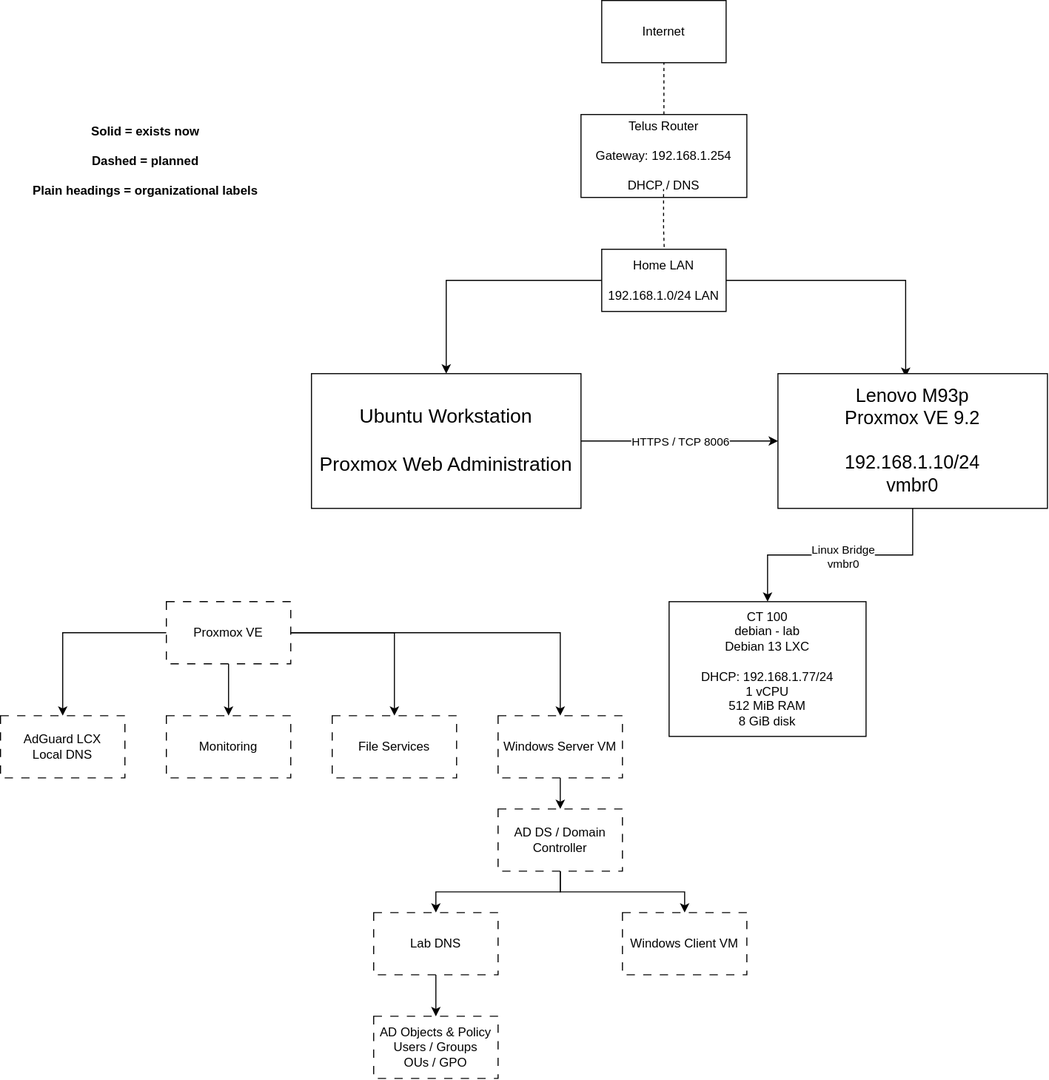
peterdittmann/IT-Portfolio keeps this draw.io diagram as Home-Server-Lab/diagram/homelab-infrastructure.drawio.svg. Above is the earlier version. Source tidied: cells renumbered, new cells last; positions are measured from the earlier drawing's top-left corner, leaving out a move shared by most shapes. The source it was exported from:
```xml
<mxGraphModel>
  <root>
    <mxCell id="0" />
    <mxCell id="1" parent="0" />
    <mxCell id="2" value="Internet" style="rounded=0;whiteSpace=wrap;html=1;" parent="1" vertex="1">
      <mxGeometry x="580" width="120" height="60" as="geometry" />
    </mxCell>
    <mxCell id="3" value="Telus Router&lt;br&gt;&lt;br&gt;Gateway: 192.168.1.254&lt;br&gt;&lt;br&gt;DHCP / DNS" style="rounded=0;whiteSpace=wrap;html=1;" parent="1" vertex="1">
      <mxGeometry x="560" y="110" width="160" height="80" as="geometry" />
    </mxCell>
    <mxCell id="4" style="edgeStyle=orthogonalEdgeStyle;rounded=0;jettySize=auto;html=1;exitX=0;exitY=0.5;exitDx=0;exitDy=0;entryX=0.5;entryY=0;entryDx=0;entryDy=0;" parent="1" edge="1" source="6" target="29">
      <mxGeometry relative="1" as="geometry" />
    </mxCell>
    <mxCell id="5" style="edgeStyle=orthogonalEdgeStyle;rounded=0;jettySize=auto;html=1;exitX=1;exitY=0.5;exitDx=0;exitDy=0;entryX=0.474;entryY=0.024;entryDx=0;entryDy=0;entryPerimeter=0;" parent="1" edge="1" source="6" target="9">
      <mxGeometry relative="1" as="geometry" />
    </mxCell>
    <mxCell id="6" value="Home LAN&lt;br&gt;&lt;br&gt;192.168.1.0/24 LAN" style="rounded=0;whiteSpace=wrap;html=1;" parent="1" vertex="1">
      <mxGeometry x="580" y="240" width="120" height="60" as="geometry" />
    </mxCell>
    <mxCell id="7" style="edgeStyle=orthogonalEdgeStyle;rounded=0;jettySize=auto;html=1;entryX=0.5;entryY=0;entryDx=0;entryDy=0;" parent="1" edge="1" source="9" target="30">
      <mxGeometry relative="1" as="geometry" />
    </mxCell>
    <mxCell id="8" value="Linux Bridge&lt;div&gt;vmbr0&lt;/div&gt;" style="edgeLabel;html=1;align=center;verticalAlign=middle;" parent="7" vertex="1">
      <mxGeometry x="-0.02" y="1" relative="1" as="geometry" />
    </mxCell>
    <mxCell id="9" value="&lt;div&gt;&lt;font style=&quot;font-size: 18px;&quot;&gt;Lenovo M93p&lt;/font&gt;&lt;/div&gt;&lt;div&gt;&lt;font style=&quot;font-size: 18px;&quot;&gt;Proxmox VE 9.2&lt;/font&gt;&lt;/div&gt;&lt;div&gt;&lt;font style=&quot;font-size: 18px;&quot;&gt;&lt;br&gt;&lt;/font&gt;&lt;/div&gt;&lt;div&gt;&lt;font style=&quot;font-size: 18px;&quot;&gt;192.168.1.10/24&lt;/font&gt;&lt;/div&gt;&lt;div&gt;&lt;font style=&quot;font-size: 18px;&quot;&gt;vmbr0&lt;/font&gt;&lt;/div&gt;" style="rounded=0;whiteSpace=wrap;html=1;" parent="1" vertex="1">
      <mxGeometry x="750" y="360" width="260" height="130" as="geometry" />
    </mxCell>
    <mxCell id="10" value="AdGuard LCX&lt;div&gt;Local DNS&lt;/div&gt;" style="rounded=0;whiteSpace=wrap;html=1;dashed=1;dashPattern=8 8;" parent="1" vertex="1">
      <mxGeometry y="690" width="120" height="60" as="geometry" />
    </mxCell>
    <mxCell id="11" value="Monitoring" style="rounded=0;whiteSpace=wrap;html=1;dashed=1;dashPattern=8 8;" parent="1" vertex="1">
      <mxGeometry x="160" y="690" width="120" height="60" as="geometry" />
    </mxCell>
    <mxCell id="12" style="edgeStyle=orthogonalEdgeStyle;rounded=0;jettySize=auto;html=1;entryX=0.5;entryY=0;entryDx=0;entryDy=0;" parent="1" edge="1" source="16" target="11">
      <mxGeometry relative="1" as="geometry" />
    </mxCell>
    <mxCell id="13" style="edgeStyle=orthogonalEdgeStyle;rounded=0;jettySize=auto;html=1;entryX=0.5;entryY=0;entryDx=0;entryDy=0;" parent="1" edge="1" source="16" target="17">
      <mxGeometry relative="1" as="geometry" />
    </mxCell>
    <mxCell id="14" style="edgeStyle=orthogonalEdgeStyle;rounded=0;jettySize=auto;html=1;entryX=0.5;entryY=0;entryDx=0;entryDy=0;" parent="1" edge="1" source="16" target="10">
      <mxGeometry relative="1" as="geometry" />
    </mxCell>
    <mxCell id="15" style="edgeStyle=orthogonalEdgeStyle;rounded=0;jettySize=auto;html=1;" parent="1" edge="1" source="16" target="22">
      <mxGeometry relative="1" as="geometry" />
    </mxCell>
    <mxCell id="16" value="Proxmox VE" style="rounded=0;whiteSpace=wrap;html=1;dashed=1;dashPattern=8 8;" parent="1" vertex="1">
      <mxGeometry x="160" y="580" width="120" height="60" as="geometry" />
    </mxCell>
    <mxCell id="17" value="File Services" style="rounded=0;whiteSpace=wrap;html=1;dashed=1;dashPattern=8 8;" parent="1" vertex="1">
      <mxGeometry x="320" y="690" width="120" height="60" as="geometry" />
    </mxCell>
    <mxCell id="18" style="edgeStyle=orthogonalEdgeStyle;rounded=0;jettySize=auto;html=1;" parent="1" edge="1" source="20" target="32">
      <mxGeometry relative="1" as="geometry" />
    </mxCell>
    <mxCell id="19" style="edgeStyle=orthogonalEdgeStyle;rounded=0;jettySize=auto;html=1;" parent="1" edge="1" source="20" target="24">
      <mxGeometry relative="1" as="geometry" />
    </mxCell>
    <mxCell id="20" value="AD DS / Domain Controller" style="rounded=0;whiteSpace=wrap;html=1;dashed=1;dashPattern=8 8;" parent="1" vertex="1">
      <mxGeometry x="480" y="780" width="120" height="60" as="geometry" />
    </mxCell>
    <mxCell id="21" style="edgeStyle=orthogonalEdgeStyle;rounded=0;jettySize=auto;html=1;entryX=0.5;entryY=0;entryDx=0;entryDy=0;" parent="1" edge="1" source="22" target="20">
      <mxGeometry relative="1" as="geometry" />
    </mxCell>
    <mxCell id="22" value="Windows Server VM" style="rounded=0;whiteSpace=wrap;html=1;dashed=1;dashPattern=8 8;" parent="1" vertex="1">
      <mxGeometry x="480" y="690" width="120" height="60" as="geometry" />
    </mxCell>
    <mxCell id="23" value="&lt;div&gt;AD Objects &amp;amp; Policy&lt;/div&gt;&lt;div&gt;Users / Groups&lt;/div&gt;&lt;div&gt;OUs / GPO&lt;/div&gt;" style="rounded=0;whiteSpace=wrap;html=1;dashed=1;dashPattern=8 8;" parent="1" vertex="1">
      <mxGeometry x="360" y="980" width="120" height="60" as="geometry" />
    </mxCell>
    <mxCell id="24" value="Windows Client VM" style="rounded=0;whiteSpace=wrap;html=1;dashed=1;dashPattern=8 8;" parent="1" vertex="1">
      <mxGeometry x="600" y="880" width="120" height="60" as="geometry" />
    </mxCell>
    <mxCell id="25" style="endArrow=none;dashed=1;html=1;rounded=0;exitX=0.5;exitY=0;exitDx=0;exitDy=0;" parent="1" edge="1" source="3">
      <mxGeometry relative="1" as="geometry">
        <mxPoint x="640" y="60" as="targetPoint" />
      </mxGeometry>
    </mxCell>
    <mxCell id="26" style="endArrow=none;dashed=1;html=1;rounded=0;exitX=0.546;exitY=-0.028;exitDx=0;exitDy=0;entryX=0.541;entryY=1.041;entryDx=0;entryDy=0;entryPerimeter=0;exitPerimeter=0;" parent="1" edge="1">
      <mxGeometry relative="1" as="geometry">
        <mxPoint x="640.3" y="237.9" as="sourcePoint" />
        <mxPoint x="639.7" y="182" as="targetPoint" />
        <Array as="points">
          <mxPoint x="639.7" y="219.5" />
        </Array>
      </mxGeometry>
    </mxCell>
    <mxCell id="27" style="edgeStyle=orthogonalEdgeStyle;rounded=0;jettySize=auto;html=1;exitX=1;exitY=0.5;exitDx=0;exitDy=0;entryX=0;entryY=0.5;entryDx=0;entryDy=0;" parent="1" edge="1" source="29" target="9">
      <mxGeometry relative="1" as="geometry" />
    </mxCell>
    <mxCell id="28" value="HTTPS / TCP 8006" style="edgeLabel;html=1;align=center;verticalAlign=middle;" parent="27" vertex="1">
      <mxGeometry x="0.25" y="2" relative="1" as="geometry">
        <mxPoint x="-24" y="2" as="offset" />
      </mxGeometry>
    </mxCell>
    <mxCell id="29" value="&lt;font style=&quot;font-size: 19px;&quot;&gt;Ubuntu Workstation&lt;br&gt;&lt;br&gt;Proxmox Web Administration&lt;/font&gt;" style="rounded=0;whiteSpace=wrap;html=1;" parent="1" vertex="1">
      <mxGeometry x="300" y="360" width="260" height="130" as="geometry" />
    </mxCell>
    <mxCell id="30" value="CT 100&lt;div&gt;debian - lab&lt;/div&gt;&lt;div&gt;Debian 13 LXC&lt;/div&gt;&lt;div&gt;&lt;br&gt;&lt;/div&gt;&lt;div&gt;DHCP: 192.168.1.77/24&lt;/div&gt;&lt;div&gt;1 vCPU&lt;/div&gt;&lt;div&gt;512 MiB RAM&lt;/div&gt;&lt;div&gt;8 GiB disk&lt;/div&gt;" style="rounded=0;whiteSpace=wrap;html=1;" parent="1" vertex="1">
      <mxGeometry x="645" y="580" width="190" height="130" as="geometry" />
    </mxCell>
    <mxCell id="31" style="edgeStyle=orthogonalEdgeStyle;rounded=0;jettySize=auto;html=1;entryX=0.5;entryY=0;entryDx=0;entryDy=0;" parent="1" edge="1" source="32" target="23">
      <mxGeometry relative="1" as="geometry" />
    </mxCell>
    <mxCell id="32" value="Lab DNS" style="rounded=0;whiteSpace=wrap;html=1;dashed=1;dashPattern=8 8;" parent="1" vertex="1">
      <mxGeometry x="360" y="880" width="120" height="60" as="geometry" />
    </mxCell>
    <mxCell id="33" value="&lt;strong&gt;Solid = exists now&lt;/strong&gt;&lt;br&gt;&lt;br/&gt;&lt;strong&gt;Dashed = planned&lt;/strong&gt;&lt;br&gt;&lt;br/&gt;&lt;strong&gt;Plain headings = organizational labels&lt;/strong&gt;" style="text;html=1;whiteSpace=wrap;strokeColor=none;fillColor=none;align=center;verticalAlign=middle;rounded=0;" parent="1" vertex="1">
      <mxGeometry x="10" y="120" width="260" height="70" as="geometry" />
    </mxCell>
  </root>
</mxGraphModel>
```
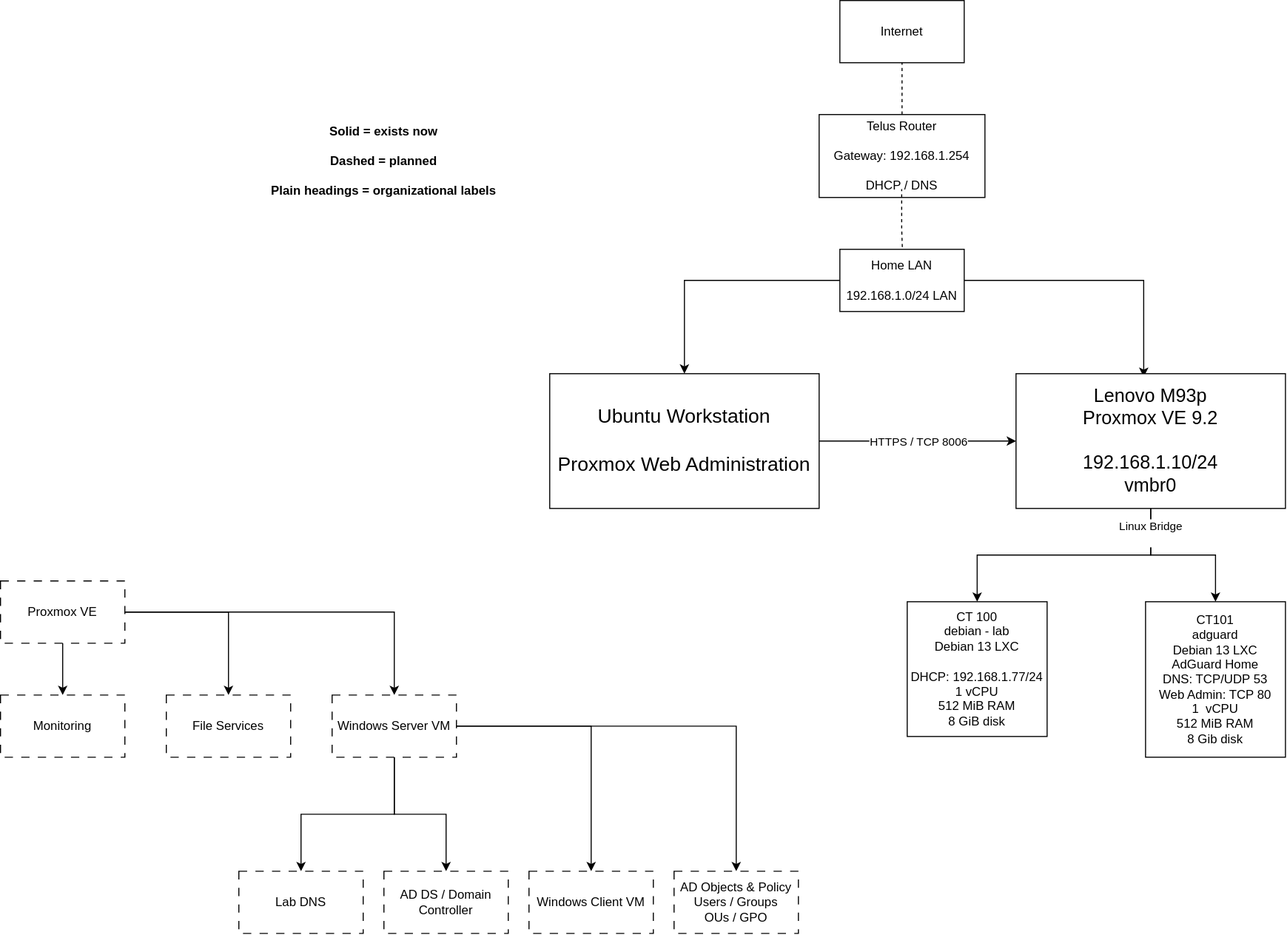
The same file after the commit.

Diff of the diagram source:
```diff
@@ -20,17 +20,17 @@
     <mxCell id="7" style="edgeStyle=orthogonalEdgeStyle;rounded=0;jettySize=auto;html=1;entryX=0.5;entryY=0;entryDx=0;entryDy=0;" parent="1" edge="1" source="9" target="30">
       <mxGeometry relative="1" as="geometry" />
     </mxCell>
-    <mxCell id="8" value="Linux Bridge&lt;div&gt;vmbr0&lt;/div&gt;" style="edgeLabel;html=1;align=center;verticalAlign=middle;" parent="7" vertex="1">
-      <mxGeometry x="-0.02" y="1" relative="1" as="geometry" />
-    </mxCell>
+    <mxCell id="34" style="edgeStyle=orthogonalEdgeStyle;rounded=0;jettySize=auto;html=1;entryX=0.5;entryY=0;entryDx=0;entryDy=0;" parent="1" edge="1" source="9" target="39">
+      <mxGeometry relative="1" as="geometry" />
+    </mxCell>
+    <mxCell id="35" value="Linux Bridge&lt;div&gt;&lt;br&gt;&lt;/div&gt;" style="edgeLabel;html=1;align=center;verticalAlign=middle;" parent="34" vertex="1">
+      <mxGeometry x="-0.7" y="-1" relative="1" as="geometry" />
+    </mxCell>
     <mxCell id="9" value="&lt;div&gt;&lt;font style=&quot;font-size: 18px;&quot;&gt;Lenovo M93p&lt;/font&gt;&lt;/div&gt;&lt;div&gt;&lt;font style=&quot;font-size: 18px;&quot;&gt;Proxmox VE 9.2&lt;/font&gt;&lt;/div&gt;&lt;div&gt;&lt;font style=&quot;font-size: 18px;&quot;&gt;&lt;br&gt;&lt;/font&gt;&lt;/div&gt;&lt;div&gt;&lt;font style=&quot;font-size: 18px;&quot;&gt;192.168.1.10/24&lt;/font&gt;&lt;/div&gt;&lt;div&gt;&lt;font style=&quot;font-size: 18px;&quot;&gt;vmbr0&lt;/font&gt;&lt;/div&gt;" style="rounded=0;whiteSpace=wrap;html=1;" parent="1" vertex="1">
       <mxGeometry x="750" y="360" width="260" height="130" as="geometry" />
     </mxCell>
-    <mxCell id="10" value="AdGuard LCX&lt;div&gt;Local DNS&lt;/div&gt;" style="rounded=0;whiteSpace=wrap;html=1;dashed=1;dashPattern=8 8;" parent="1" vertex="1">
-      <mxGeometry y="690" width="120" height="60" as="geometry" />
-    </mxCell>
     <mxCell id="11" value="Monitoring" style="rounded=0;whiteSpace=wrap;html=1;dashed=1;dashPattern=8 8;" parent="1" vertex="1">
-      <mxGeometry x="160" y="690" width="120" height="60" as="geometry" />
+      <mxGeometry x="-230" y="670" width="120" height="60" as="geometry" />
     </mxCell>
     <mxCell id="12" style="edgeStyle=orthogonalEdgeStyle;rounded=0;jettySize=auto;html=1;entryX=0.5;entryY=0;entryDx=0;entryDy=0;" parent="1" edge="1" source="16" target="11">
       <mxGeometry relative="1" as="geometry" />
@@ -38,38 +38,38 @@
     <mxCell id="13" style="edgeStyle=orthogonalEdgeStyle;rounded=0;jettySize=auto;html=1;entryX=0.5;entryY=0;entryDx=0;entryDy=0;" parent="1" edge="1" source="16" target="17">
       <mxGeometry relative="1" as="geometry" />
     </mxCell>
-    <mxCell id="14" style="edgeStyle=orthogonalEdgeStyle;rounded=0;jettySize=auto;html=1;entryX=0.5;entryY=0;entryDx=0;entryDy=0;" parent="1" edge="1" source="16" target="10">
-      <mxGeometry relative="1" as="geometry" />
-    </mxCell>
     <mxCell id="15" style="edgeStyle=orthogonalEdgeStyle;rounded=0;jettySize=auto;html=1;" parent="1" edge="1" source="16" target="22">
       <mxGeometry relative="1" as="geometry" />
     </mxCell>
     <mxCell id="16" value="Proxmox VE" style="rounded=0;whiteSpace=wrap;html=1;dashed=1;dashPattern=8 8;" parent="1" vertex="1">
-      <mxGeometry x="160" y="580" width="120" height="60" as="geometry" />
+      <mxGeometry x="-230" y="560" width="120" height="60" as="geometry" />
     </mxCell>
     <mxCell id="17" value="File Services" style="rounded=0;whiteSpace=wrap;html=1;dashed=1;dashPattern=8 8;" parent="1" vertex="1">
-      <mxGeometry x="320" y="690" width="120" height="60" as="geometry" />
+      <mxGeometry x="-70" y="670" width="120" height="60" as="geometry" />
     </mxCell>
-    <mxCell id="18" style="edgeStyle=orthogonalEdgeStyle;rounded=0;jettySize=auto;html=1;" parent="1" edge="1" source="20" target="32">
-      <mxGeometry relative="1" as="geometry" />
-    </mxCell>
-    <mxCell id="19" style="edgeStyle=orthogonalEdgeStyle;rounded=0;jettySize=auto;html=1;" parent="1" edge="1" source="20" target="24">
-      <mxGeometry relative="1" as="geometry" />
-    </mxCell>
     <mxCell id="20" value="AD DS / Domain Controller" style="rounded=0;whiteSpace=wrap;html=1;dashed=1;dashPattern=8 8;" parent="1" vertex="1">
-      <mxGeometry x="480" y="780" width="120" height="60" as="geometry" />
+      <mxGeometry x="140" y="840" width="120" height="60" as="geometry" />
     </mxCell>
+    <mxCell id="36" style="edgeStyle=orthogonalEdgeStyle;rounded=0;jettySize=auto;html=1;" parent="1" edge="1" source="22" target="32">
+      <mxGeometry relative="1" as="geometry" />
+    </mxCell>
-    <mxCell id="21" style="edgeStyle=orthogonalEdgeStyle;rounded=0;jettySize=auto;html=1;entryX=0.5;entryY=0;entryDx=0;entryDy=0;" parent="1" edge="1" source="22" target="20">
+    <mxCell id="21" style="edgeStyle=orthogonalEdgeStyle;rounded=0;jettySize=auto;html=1;" parent="1" edge="1" source="22" target="20">
       <mxGeometry relative="1" as="geometry" />
     </mxCell>
+    <mxCell id="37" style="edgeStyle=orthogonalEdgeStyle;rounded=0;jettySize=auto;html=1;" parent="1" edge="1" source="22" target="24">
+      <mxGeometry relative="1" as="geometry" />
+    </mxCell>
+    <mxCell id="38" style="edgeStyle=orthogonalEdgeStyle;rounded=0;jettySize=auto;html=1;" parent="1" edge="1" source="22" target="23">
+      <mxGeometry relative="1" as="geometry" />
+    </mxCell>
     <mxCell id="22" value="Windows Server VM" style="rounded=0;whiteSpace=wrap;html=1;dashed=1;dashPattern=8 8;" parent="1" vertex="1">
-      <mxGeometry x="480" y="690" width="120" height="60" as="geometry" />
+      <mxGeometry x="90" y="670" width="120" height="60" as="geometry" />
     </mxCell>
     <mxCell id="23" value="&lt;div&gt;AD Objects &amp;amp; Policy&lt;/div&gt;&lt;div&gt;Users / Groups&lt;/div&gt;&lt;div&gt;OUs / GPO&lt;/div&gt;" style="rounded=0;whiteSpace=wrap;html=1;dashed=1;dashPattern=8 8;" parent="1" vertex="1">
-      <mxGeometry x="360" y="980" width="120" height="60" as="geometry" />
+      <mxGeometry x="420" y="840" width="120" height="60" as="geometry" />
     </mxCell>
     <mxCell id="24" value="Windows Client VM" style="rounded=0;whiteSpace=wrap;html=1;dashed=1;dashPattern=8 8;" parent="1" vertex="1">
-      <mxGeometry x="600" y="880" width="120" height="60" as="geometry" />
+      <mxGeometry x="280" y="840" width="120" height="60" as="geometry" />
     </mxCell>
     <mxCell id="25" style="endArrow=none;dashed=1;html=1;rounded=0;exitX=0.5;exitY=0;exitDx=0;exitDy=0;" parent="1" edge="1" source="3">
       <mxGeometry relative="1" as="geometry">
@@ -97,16 +97,16 @@
       <mxGeometry x="300" y="360" width="260" height="130" as="geometry" />
     </mxCell>
     <mxCell id="30" value="CT 100&lt;div&gt;debian - lab&lt;/div&gt;&lt;div&gt;Debian 13 LXC&lt;/div&gt;&lt;div&gt;&lt;br&gt;&lt;/div&gt;&lt;div&gt;DHCP: 192.168.1.77/24&lt;/div&gt;&lt;div&gt;1 vCPU&lt;/div&gt;&lt;div&gt;512 MiB RAM&lt;/div&gt;&lt;div&gt;8 GiB disk&lt;/div&gt;" style="rounded=0;whiteSpace=wrap;html=1;" parent="1" vertex="1">
-      <mxGeometry x="645" y="580" width="190" height="130" as="geometry" />
+      <mxGeometry x="645" y="580" width="135" height="130" as="geometry" />
     </mxCell>
-    <mxCell id="31" style="edgeStyle=orthogonalEdgeStyle;rounded=0;jettySize=auto;html=1;entryX=0.5;entryY=0;entryDx=0;entryDy=0;" parent="1" edge="1" source="32" target="23">
-      <mxGeometry relative="1" as="geometry" />
-    </mxCell>
     <mxCell id="32" value="Lab DNS" style="rounded=0;whiteSpace=wrap;html=1;dashed=1;dashPattern=8 8;" parent="1" vertex="1">
-      <mxGeometry x="360" y="880" width="120" height="60" as="geometry" />
+      <mxGeometry y="840" width="120" height="60" as="geometry" />
     </mxCell>
     <mxCell id="33" value="&lt;strong&gt;Solid = exists now&lt;/strong&gt;&lt;br&gt;&lt;br/&gt;&lt;strong&gt;Dashed = planned&lt;/strong&gt;&lt;br&gt;&lt;br/&gt;&lt;strong&gt;Plain headings = organizational labels&lt;/strong&gt;" style="text;html=1;whiteSpace=wrap;strokeColor=none;fillColor=none;align=center;verticalAlign=middle;rounded=0;" parent="1" vertex="1">
       <mxGeometry x="10" y="120" width="260" height="70" as="geometry" />
     </mxCell>
+    <mxCell id="39" value="CT101&lt;div&gt;adguard&lt;/div&gt;&lt;div&gt;Debian 13 LXC&lt;/div&gt;&lt;div&gt;AdGuard Home&lt;/div&gt;&lt;div&gt;DNS: TCP/UDP 53&lt;/div&gt;&lt;div&gt;Web Admin: TCP 80&lt;/div&gt;&lt;div&gt;1&amp;nbsp; vCPU&lt;/div&gt;&lt;div&gt;512 MiB RAM&lt;/div&gt;&lt;div&gt;8 Gib disk&lt;/div&gt;" style="rounded=0;whiteSpace=wrap;html=1;" parent="1" vertex="1">
+      <mxGeometry x="875" y="580" width="135" height="150" as="geometry" />
+    </mxCell>
   </root>
 </mxGraphModel>
```
